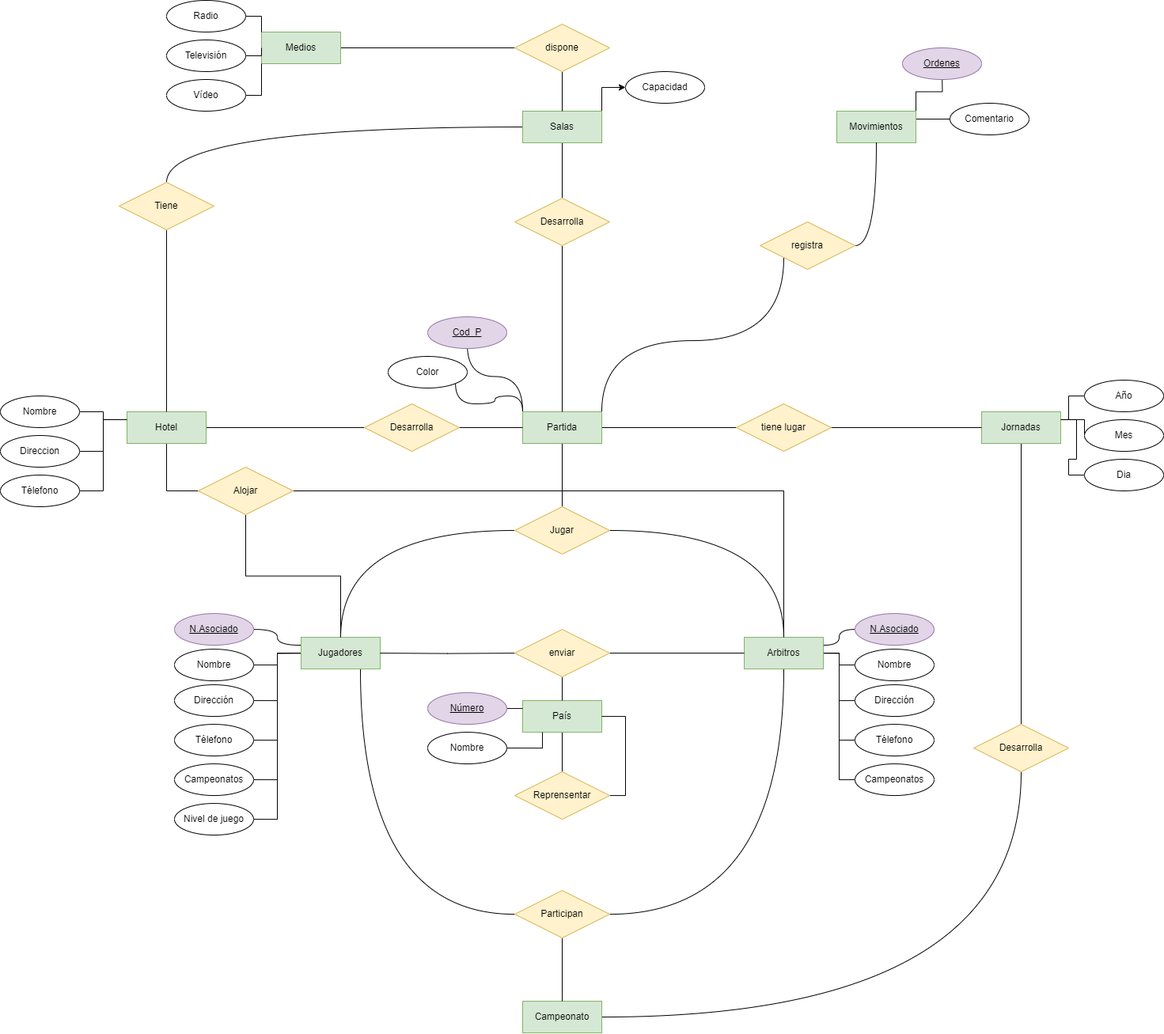
Above: Unidad-1/Tareas/Tarea-evaluable2/tarea_evaluable2.drawio.png in jdrguez/2-Daw (draw.io), before the change. Source tidied: cells renumbered, new cells last; positions are measured from the earlier drawing's top-left corner, leaving out a move shared by most shapes.
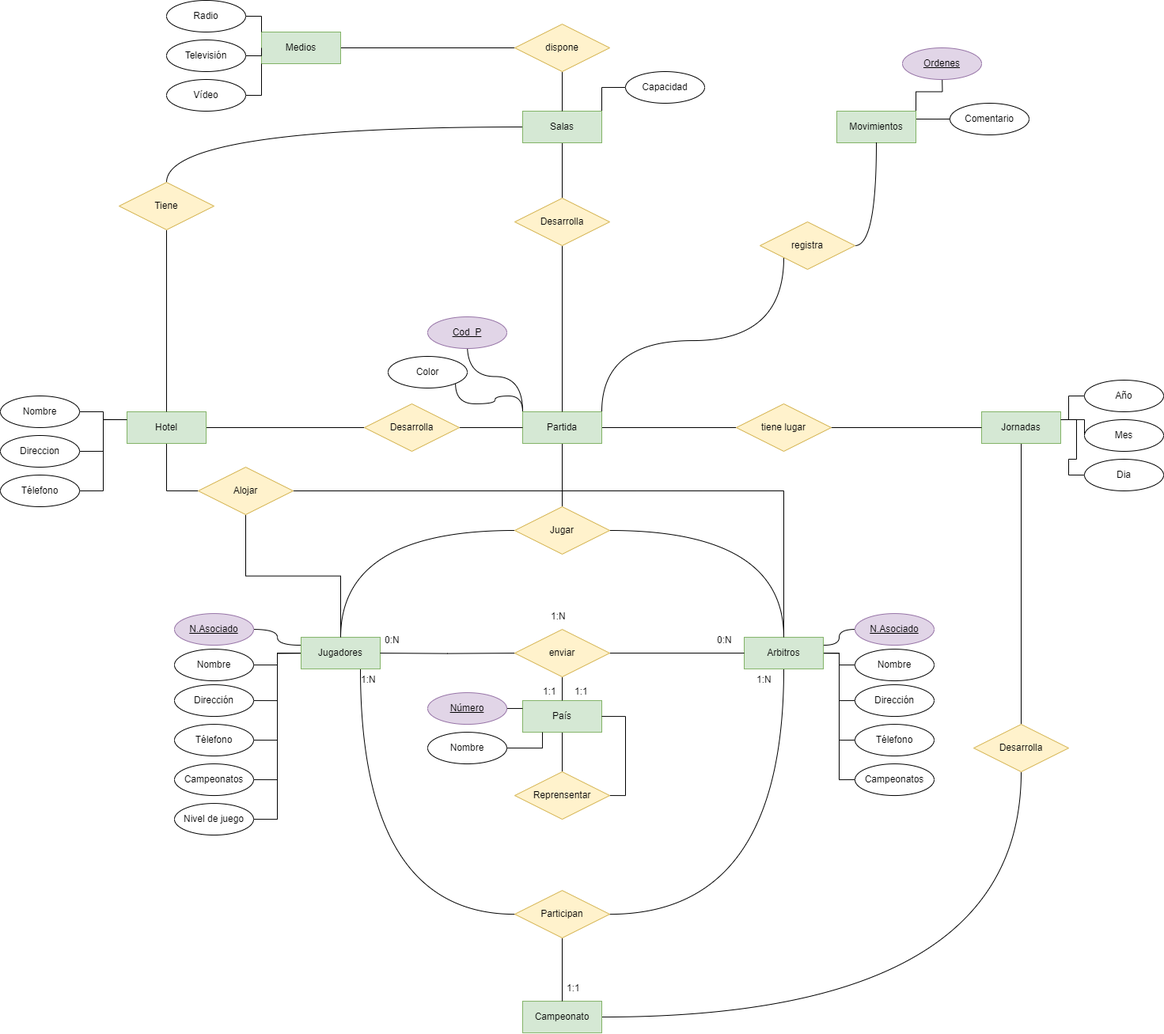
The same diagram one commit later.

What changed in the source:
```diff
@@ -70,7 +70,7 @@
     <mxCell id="23" style="edgeStyle=orthogonalEdgeStyle;rounded=0;jettySize=auto;html=1;exitX=0;exitY=0.5;exitDx=0;exitDy=0;entryX=0.5;entryY=0;entryDx=0;entryDy=0;curved=1;endArrow=none;endFill=0;" parent="1" edge="1" source="25" target="47">
       <mxGeometry relative="1" as="geometry" />
     </mxCell>
-    <mxCell id="24" style="edgeStyle=orthogonalEdgeStyle;rounded=0;jettySize=auto;html=1;exitX=1;exitY=0;exitDx=0;exitDy=0;entryX=0;entryY=0.5;entryDx=0;entryDy=0;" parent="1" edge="1" source="25" target="99">
+    <mxCell id="24" style="edgeStyle=orthogonalEdgeStyle;rounded=0;jettySize=auto;html=1;exitX=1;exitY=0;exitDx=0;exitDy=0;entryX=0;entryY=0.5;entryDx=0;entryDy=0;endArrow=none;endFill=0;" parent="1" edge="1" source="25" target="99">
       <mxGeometry relative="1" as="geometry" />
     </mxCell>
     <mxCell id="25" value="Salas" style="whiteSpace=wrap;html=1;align=center;fillColor=#d5e8d4;strokeColor=#82b366;" parent="1" vertex="1">
@@ -322,5 +322,29 @@
     <mxCell id="105" value="Vídeo" style="ellipse;whiteSpace=wrap;html=1;align=center;" parent="1" vertex="1">
       <mxGeometry x="210" y="100" width="100" height="40" as="geometry" />
     </mxCell>
+    <mxCell id="106" value="1:1" style="text;strokeColor=none;fillColor=none;spacingLeft=4;spacingRight=4;overflow=hidden;fontSize=12;whiteSpace=wrap;html=1;" parent="1" vertex="1">
+      <mxGeometry x="720" y="860.1" width="40" height="30" as="geometry" />
+    </mxCell>
+    <mxCell id="107" value="0:N" style="text;strokeColor=none;fillColor=none;spacingLeft=4;spacingRight=4;overflow=hidden;fontSize=12;whiteSpace=wrap;html=1;" parent="1" vertex="1">
+      <mxGeometry x="480" y="795.1" width="40" height="30" as="geometry" />
+    </mxCell>
+    <mxCell id="108" value="0:N" style="text;strokeColor=none;fillColor=none;spacingLeft=4;spacingRight=4;overflow=hidden;fontSize=12;whiteSpace=wrap;html=1;" parent="1" vertex="1">
+      <mxGeometry x="900" y="795.1" width="40" height="30" as="geometry" />
+    </mxCell>
+    <mxCell id="109" value="1:1" style="text;strokeColor=none;fillColor=none;spacingLeft=4;spacingRight=4;overflow=hidden;fontSize=12;whiteSpace=wrap;html=1;" parent="1" vertex="1">
+      <mxGeometry x="680" y="860.1" width="40" height="30" as="geometry" />
+    </mxCell>
+    <mxCell id="110" value="1:N" style="text;strokeColor=none;fillColor=none;spacingLeft=4;spacingRight=4;overflow=hidden;fontSize=12;whiteSpace=wrap;html=1;" parent="1" vertex="1">
+      <mxGeometry x="690" y="765.1" width="40" height="30" as="geometry" />
+    </mxCell>
+    <mxCell id="111" value="1:N" style="text;strokeColor=none;fillColor=none;spacingLeft=4;spacingRight=4;overflow=hidden;fontSize=12;whiteSpace=wrap;html=1;" parent="1" vertex="1">
+      <mxGeometry x="950" y="845.1" width="40" height="30" as="geometry" />
+    </mxCell>
+    <mxCell id="112" value="1:N" style="text;strokeColor=none;fillColor=none;spacingLeft=4;spacingRight=4;overflow=hidden;fontSize=12;whiteSpace=wrap;html=1;" parent="1" vertex="1">
+      <mxGeometry x="450" y="845.1" width="40" height="30" as="geometry" />
+    </mxCell>
+    <mxCell id="113" value="1:1" style="text;strokeColor=none;fillColor=none;spacingLeft=4;spacingRight=4;overflow=hidden;fontSize=12;whiteSpace=wrap;html=1;" parent="1" vertex="1">
+      <mxGeometry x="710" y="1235.1" width="40" height="30" as="geometry" />
+    </mxCell>
   </root>
 </mxGraphModel>
```
